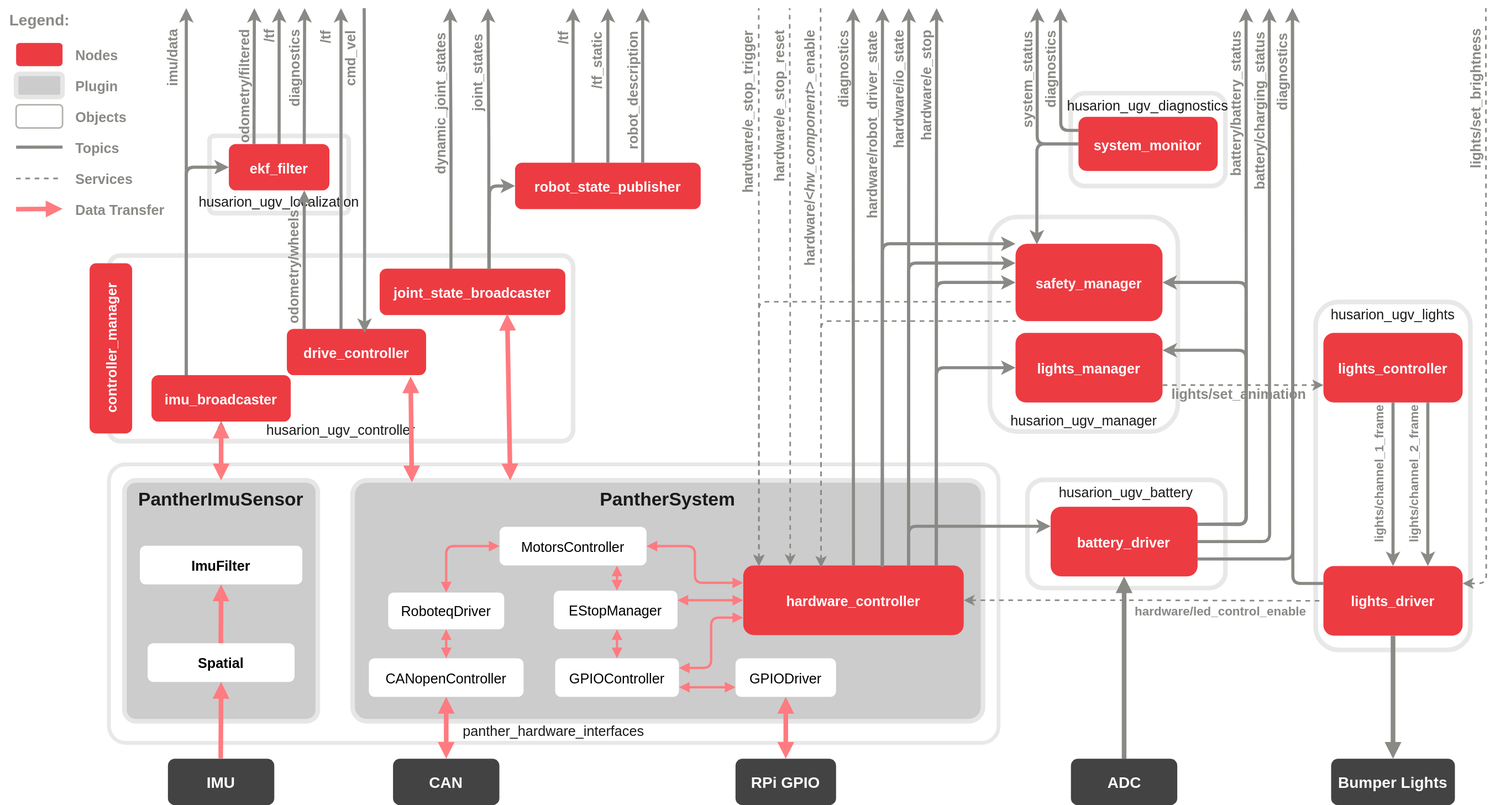
This is .docs/panther_ros2_api.drawio.svg from husarion/panther_ros, a draw.io export, as it was before one commit. Source tidied: cells renumbered, new cells last; positions are measured from the earlier drawing's top-left corner, leaving out a move shared by most shapes.
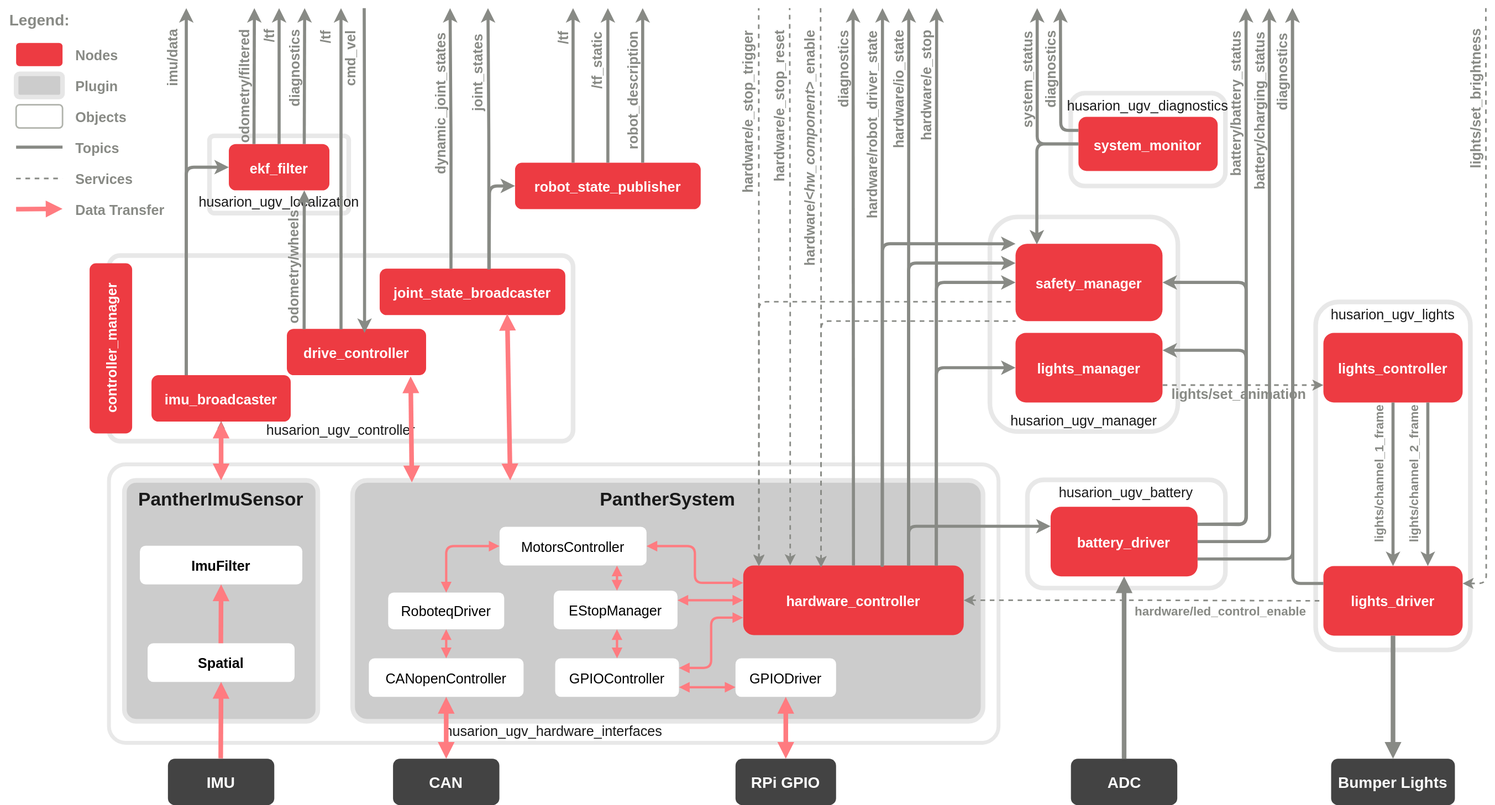
After the commit.

The edit, as a diff of the source:
```diff
@@ -11,7 +11,7 @@
     <mxCell id="4" value="&lt;span style=&quot;font-family: Helvetica; font-size: 18px; font-style: normal; font-variant-ligatures: normal; font-variant-caps: normal; font-weight: 400; letter-spacing: normal; orphans: 2; text-align: center; text-indent: 0px; text-transform: none; widows: 2; word-spacing: 0px; -webkit-text-stroke-width: 0px; white-space: normal; text-decoration-thickness: initial; text-decoration-style: initial; text-decoration-color: initial; float: none; display: inline !important;&quot;&gt;&lt;font color=&quot;#1a1a1a&quot;&gt;husarion_ugv_lights&lt;/font&gt;&lt;/span&gt;" style="rounded=1;whiteSpace=wrap;html=1;fillColor=default;strokeWidth=6;strokeColor=#E6E6E6;opacity=90;verticalAlign=top;" parent="1" vertex="1">
       <mxGeometry x="1700" y="385" width="200" height="450" as="geometry" />
     </mxCell>
-    <mxCell id="5" value="&lt;span style=&quot;font-size: 18px;&quot;&gt;&lt;font color=&quot;#1a1a1a&quot;&gt;panther_hardware_interfaces&lt;/font&gt;&lt;/span&gt;" style="rounded=1;whiteSpace=wrap;html=1;fillColor=default;strokeWidth=5;strokeColor=#E6E6E6;imageHeight=24;arcSize=6;opacity=90;verticalAlign=bottom;" parent="1" vertex="1">
+    <mxCell id="5" value="&lt;span style=&quot;font-size: 18px;&quot;&gt;&lt;font color=&quot;#1a1a1a&quot;&gt;husarion_ugv_hardware_interfaces&lt;/font&gt;&lt;/span&gt;" style="rounded=1;whiteSpace=wrap;html=1;fillColor=default;strokeWidth=5;strokeColor=#E6E6E6;imageHeight=24;arcSize=6;opacity=90;verticalAlign=bottom;" parent="1" vertex="1">
       <mxGeometry x="140" y="595" width="1150" height="360.1" as="geometry" />
     </mxCell>
     <mxCell id="6" value="&lt;span style=&quot;font-size: 18px;&quot;&gt;&lt;font color=&quot;#1a1a1a&quot;&gt;husarion_ugv_battery&lt;/font&gt;&lt;/span&gt;" style="rounded=1;whiteSpace=wrap;html=1;fillColor=default;strokeWidth=6;strokeColor=#E6E6E6;opacity=90;verticalAlign=top;" parent="1" vertex="1">
```
